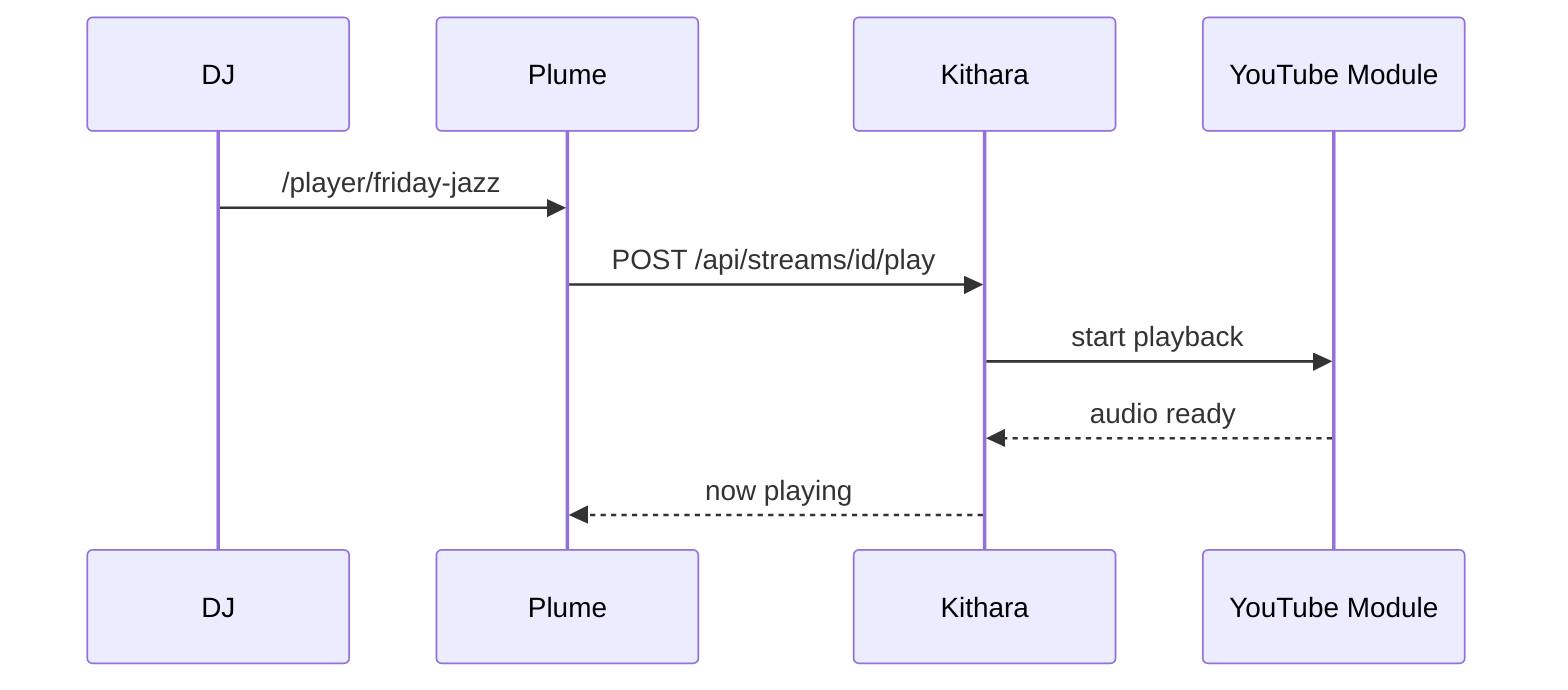
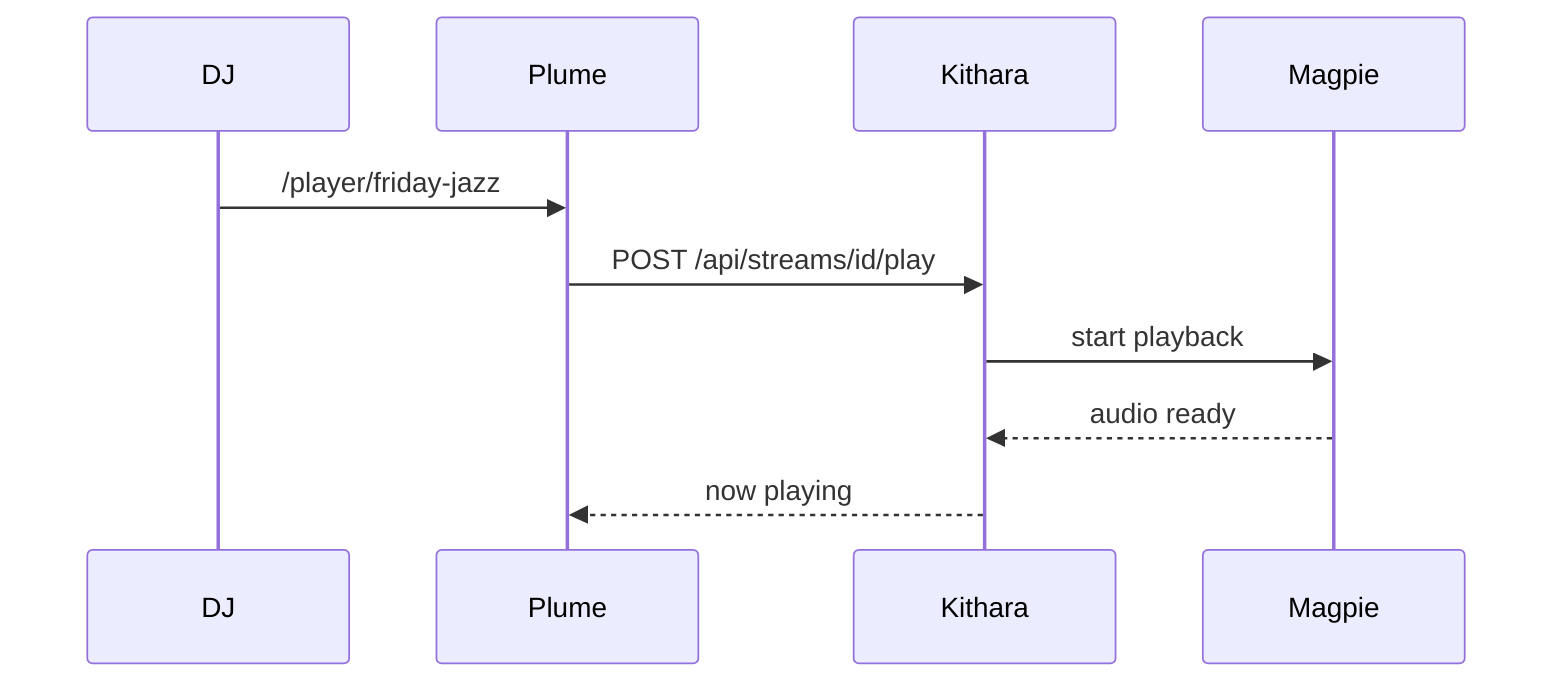
sequenceDiagram
  participant DJ
  participant Plume
  participant Kithara
-   participant YT as YouTube Module
+   participant Magpie

  DJ->>Plume: /player/friday-jazz
  Plume->>Kithara: POST /api/streams/id/play
-   Kithara->>YT: start playback
-   YT-->>Kithara: audio ready
+   Kithara->>Magpie: start playback
+   Magpie-->>Kithara: audio ready
  Kithara-->>Plume: now playing
